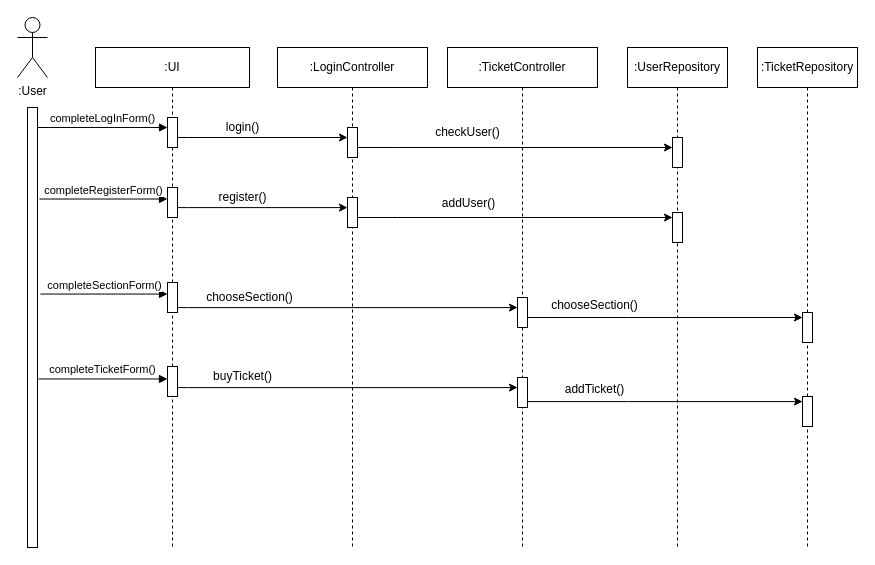
horatiu-udrea/RuntimeTerror keeps this draw.io diagram as documents/drawio-files/SequenceDiagrams/UserSequenceDiagram.drawio. Above is the earlier version. Source tidied: cells renumbered, new cells numbered last; positions are measured from the earlier drawing's top-left corner, leaving out a move shared by most shapes. Both pictures are drawn from the tidied source at 100%, with x=0, y=0 at pixel (17, 17).
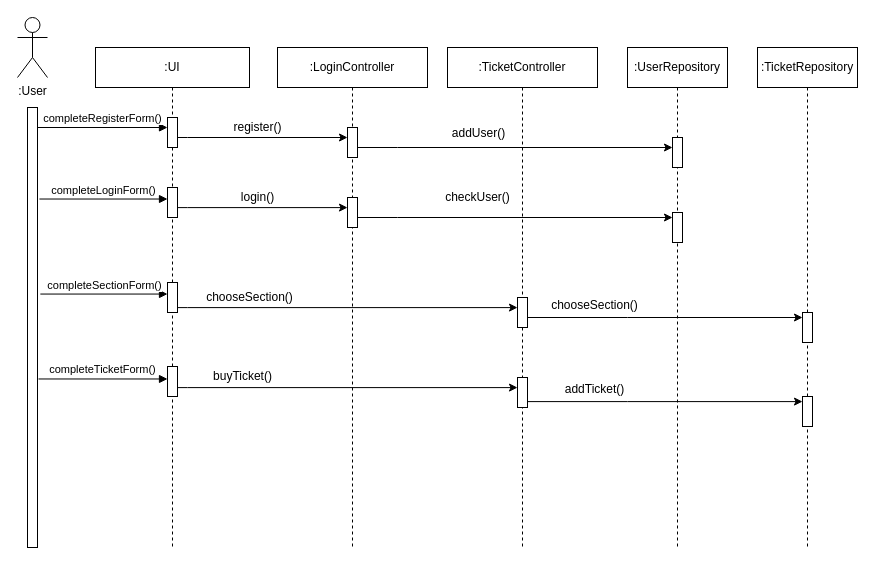
After the change.

The change refers to these unchanged cells:
```xml
<mxCell id="5" style="html=1;points=[];perimeter=orthogonalPerimeter;" parent="4" vertex="1">
  <mxGeometry x="72" y="140" width="10" height="30" as="geometry" />
</mxCell>
<mxCell id="8" value="&lt;span style=&quot;white-space: nowrap&quot;&gt;:LoginController&lt;/span&gt;" style="shape=umlLifeline;perimeter=lifelinePerimeter;whiteSpace=wrap;html=1;" parent="1" vertex="1">
  <mxGeometry x="260" y="30" width="150" height="500" as="geometry" />
</mxCell>
<mxCell id="16" style="html=1;points=[];perimeter=orthogonalPerimeter;" parent="1" vertex="1">
  <mxGeometry x="150" y="100" width="10" height="30" as="geometry" />
</mxCell>
<mxCell id="23" style="edgeStyle=orthogonalEdgeStyle;rounded=0;orthogonalLoop=1;jettySize=auto;html=1;" parent="1" edge="1">
  <mxGeometry relative="1" as="geometry">
    <mxPoint x="340" y="200" as="sourcePoint" />
    <mxPoint x="655" y="200" as="targetPoint" />
    <Array as="points">
      <mxPoint x="380" y="199.9" />
      <mxPoint x="380" y="199.9" />
    </Array>
  </mxGeometry>
</mxCell>
<mxCell id="29" style="html=1;points=[];perimeter=orthogonalPerimeter;" parent="1" vertex="1">
  <mxGeometry x="10" y="90" width="10" height="440" as="geometry" />
</mxCell>
```

Diff of the diagram source:
```diff
@@
-    <mxCell id="11" value="register()" style="text;html=1;align=center;verticalAlign=middle;" parent="8" vertex="1">
-      <mxGeometry x="-65" y="140" width="60" height="20" as="geometry" />
-    </mxCell>
@@
     <mxCell id="20" value="login()" style="text;html=1;align=center;verticalAlign=middle;" parent="1" vertex="1">
-      <mxGeometry x="200" y="100" width="50" height="20" as="geometry" />
+      <mxGeometry x="215" y="170" width="50" height="20" as="geometry" />
     </mxCell>
-    <mxCell id="21" value="completeLogInForm()" style="html=1;verticalAlign=bottom;endArrow=block;" parent="1" edge="1" target="16">
+    <mxCell id="21" value="completeRegisterForm()" style="html=1;verticalAlign=bottom;endArrow=block;" parent="1" edge="1" target="16">
       <mxGeometry relative="1" as="geometry">
         <mxPoint x="20" y="110" as="sourcePoint" />
       </mxGeometry>
     </mxCell>
     <mxCell id="22" value="checkUser()" style="text;html=1;align=center;verticalAlign=middle;" parent="1" vertex="1">
-      <mxGeometry x="410" y="105" width="80" height="20" as="geometry" />
+      <mxGeometry x="420" y="170" width="80" height="20" as="geometry" />
     </mxCell>
@@
     <mxCell id="24" value="addUser()" style="text;html=1;align=center;verticalAlign=middle;" parent="23" vertex="1">
       <mxGeometry x="-0.48" y="13" relative="1" as="geometry">
-        <mxPoint x="28.8" y="-2" as="offset" />
+        <mxPoint x="38" y="-72" as="offset" />
       </mxGeometry>
     </mxCell>
@@
-    <mxCell id="38" value="completeRegisterForm()" style="html=1;verticalAlign=bottom;endArrow=block;exitX=1.194;exitY=0.208;exitDx=0;exitDy=0;exitPerimeter=0;" parent="1" edge="1" source="29" target="5">
+    <mxCell id="38" value="completeLoginForm()" style="html=1;verticalAlign=bottom;endArrow=block;exitX=1.194;exitY=0.208;exitDx=0;exitDy=0;exitPerimeter=0;" parent="1" edge="1" source="29" target="5">
       <mxGeometry relative="1" as="geometry" />
     </mxCell>
@@
+    <mxCell id="11" value="register()" style="text;html=1;align=center;verticalAlign=middle;" parent="1" vertex="1">
+      <mxGeometry x="210" y="100" width="60" height="20" as="geometry" />
+    </mxCell>
```
